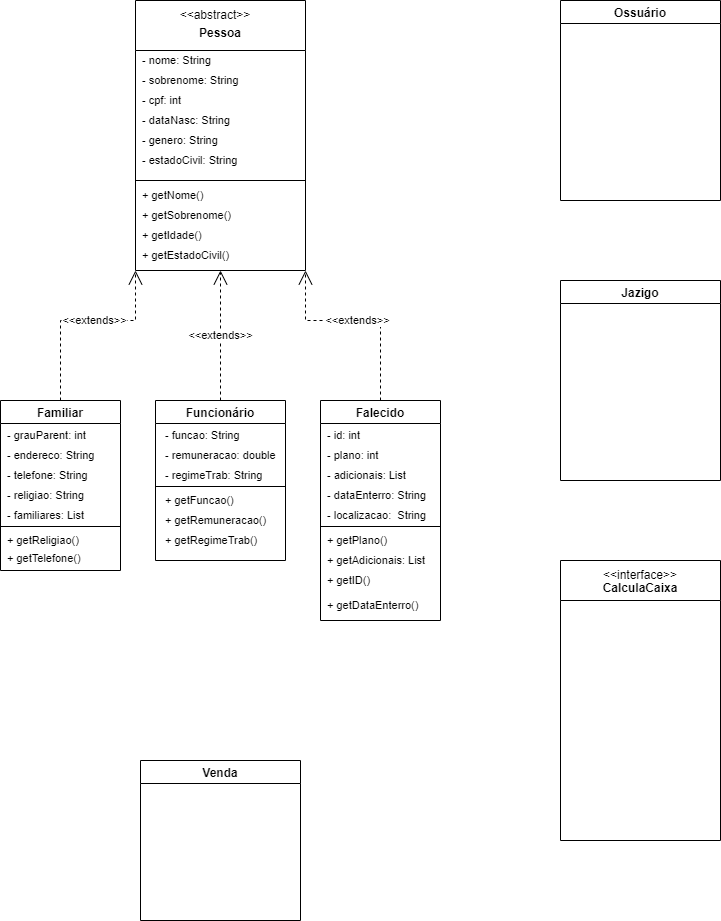
cemiterioPOO/Cemiterio keeps this draw.io diagram as Diagrama_cemiterio.png. Above is the earlier version. Source tidied: cells renumbered, new cells last; positions are measured from the earlier drawing's top-left corner, leaving out a move shared by most shapes.
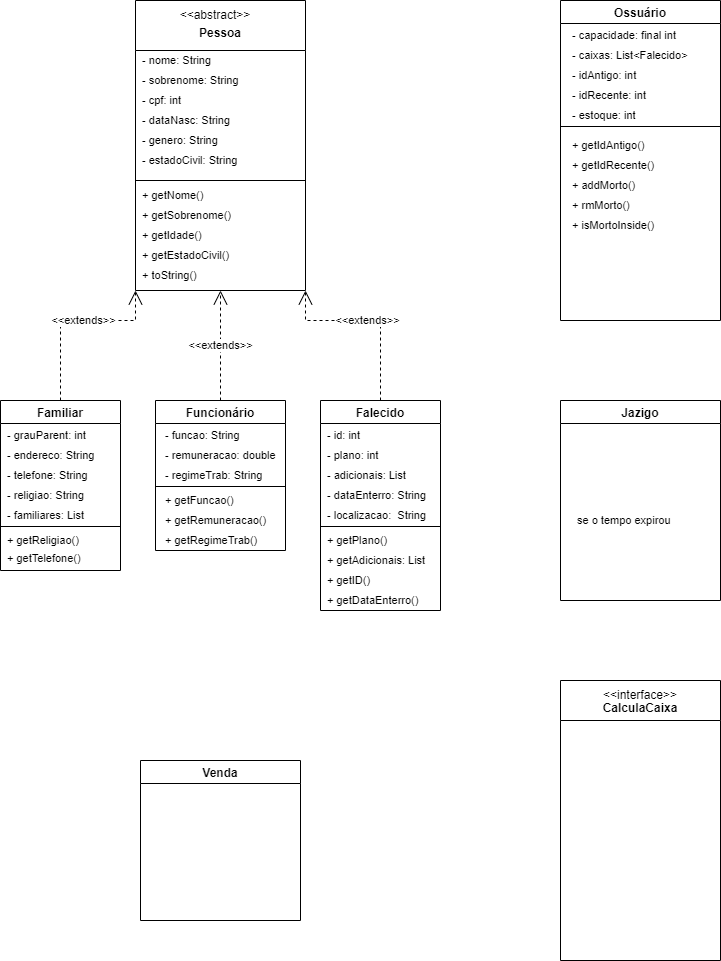
The same file after the commit.

The edit, as a diff of the source:
```diff
@@ -3,7 +3,7 @@
     <mxCell id="0" />
     <mxCell id="1" parent="0" />
     <mxCell id="2" value="&#10;Pessoa" style="swimlane;startSize=50;" parent="1" vertex="1">
-      <mxGeometry x="135" width="170" height="270" as="geometry" />
+      <mxGeometry x="135" width="170" height="290" as="geometry" />
     </mxCell>
     <mxCell id="3" value="&amp;lt;&amp;lt;abstract&amp;gt;&amp;gt;" style="text;html=1;strokeColor=none;fillColor=none;align=center;verticalAlign=middle;whiteSpace=wrap;rounded=0;" parent="2" vertex="1">
       <mxGeometry x="50" width="60" height="30" as="geometry" />
@@ -44,9 +44,15 @@
     <mxCell id="14" value="- cpf: int" style="text;html=1;strokeColor=none;fillColor=none;align=left;verticalAlign=middle;whiteSpace=wrap;rounded=0;fontSize=11;" parent="2" vertex="1">
       <mxGeometry x="5" y="90" width="55" height="20" as="geometry" />
     </mxCell>
+    <mxCell id="51" value="+ toString()" style="text;html=1;strokeColor=none;fillColor=none;align=left;verticalAlign=middle;whiteSpace=wrap;rounded=0;fontSize=11;" parent="2" vertex="1">
+      <mxGeometry x="5" y="260" width="110" height="30" as="geometry" />
+    </mxCell>
     <mxCell id="15" value="Jazigo" style="swimlane;" parent="1" vertex="1">
-      <mxGeometry x="560" y="280" width="160" height="200" as="geometry" />
+      <mxGeometry x="560" y="400" width="160" height="200" as="geometry" />
     </mxCell>
+    <mxCell id="52" value="se o tempo expirou" style="text;html=1;strokeColor=none;fillColor=none;align=left;verticalAlign=middle;whiteSpace=wrap;rounded=0;fontSize=11;" parent="15" vertex="1">
+      <mxGeometry x="15" y="105" width="110" height="30" as="geometry" />
+    </mxCell>
     <mxCell id="16" value="Familiar" style="swimlane;" parent="1" vertex="1">
       <mxGeometry y="400" width="120" height="170" as="geometry" />
     </mxCell>
@@ -75,7 +81,7 @@
       <mxGeometry x="5" y="140" width="90" height="35" as="geometry" />
     </mxCell>
     <mxCell id="25" value="Funcionário" style="swimlane;" parent="1" vertex="1">
-      <mxGeometry x="155" y="400" width="130" height="160" as="geometry" />
+      <mxGeometry x="155" y="400" width="130" height="150" as="geometry" />
     </mxCell>
     <mxCell id="26" value="- funcao: String" style="text;html=1;strokeColor=none;fillColor=none;align=left;verticalAlign=middle;whiteSpace=wrap;rounded=0;fontSize=11;" parent="25" vertex="1">
       <mxGeometry x="7.5" y="20" width="95" height="30" as="geometry" />
@@ -99,7 +105,7 @@
       <mxGeometry x="7.5" y="120" width="112.5" height="40" as="geometry" />
     </mxCell>
     <mxCell id="33" value="Falecido" style="swimlane;" parent="1" vertex="1">
-      <mxGeometry x="320" y="400" width="120" height="220" as="geometry" />
+      <mxGeometry x="320" y="400" width="120" height="210" as="geometry" />
     </mxCell>
     <mxCell id="34" value="- plano: int" style="text;html=1;strokeColor=none;fillColor=none;align=left;verticalAlign=middle;whiteSpace=wrap;rounded=0;fontSize=11;" parent="33" vertex="1">
       <mxGeometry x="5" y="40" width="110" height="30" as="geometry" />
@@ -129,16 +135,49 @@
       <mxGeometry x="5" y="160" width="105" height="40" as="geometry" />
     </mxCell>
     <mxCell id="43" value="+ getDataEnterro()" style="text;html=1;strokeColor=none;fillColor=none;align=left;verticalAlign=middle;whiteSpace=wrap;rounded=0;fontSize=11;" parent="33" vertex="1">
-      <mxGeometry x="5" y="190" width="105" height="30" as="geometry" />
+      <mxGeometry x="5" y="180" width="105" height="40" as="geometry" />
     </mxCell>
     <mxCell id="44" value="Ossuário" style="swimlane;startSize=23;" parent="1" vertex="1">
-      <mxGeometry x="560" width="160" height="200" as="geometry" />
+      <mxGeometry x="560" width="160" height="320" as="geometry" />
     </mxCell>
+    <mxCell id="53" value="- capacidade: final int" style="text;html=1;strokeColor=none;fillColor=none;align=left;verticalAlign=middle;whiteSpace=wrap;rounded=0;fontSize=11;" parent="44" vertex="1">
+      <mxGeometry x="10" y="20" width="120" height="30" as="geometry" />
+    </mxCell>
+    <mxCell id="54" value="- idAntigo: int" style="text;html=1;strokeColor=none;fillColor=none;align=left;verticalAlign=middle;whiteSpace=wrap;rounded=0;fontSize=11;" parent="44" vertex="1">
+      <mxGeometry x="10" y="60" width="110" height="30" as="geometry" />
+    </mxCell>
+    <mxCell id="55" value="- idRecente: int" style="text;html=1;strokeColor=none;fillColor=none;align=left;verticalAlign=middle;whiteSpace=wrap;rounded=0;fontSize=11;" parent="44" vertex="1">
+      <mxGeometry x="10" y="80" width="110" height="30" as="geometry" />
+    </mxCell>
+    <mxCell id="56" value="- caixas: List&amp;lt;Falecido&amp;gt;" style="text;html=1;strokeColor=none;fillColor=none;align=left;verticalAlign=middle;whiteSpace=wrap;rounded=0;fontSize=11;" parent="44" vertex="1">
+      <mxGeometry x="10" y="40" width="130" height="30" as="geometry" />
+    </mxCell>
+    <mxCell id="57" value="- estoque: int" style="text;html=1;strokeColor=none;fillColor=none;align=left;verticalAlign=middle;whiteSpace=wrap;rounded=0;fontSize=11;" parent="44" vertex="1">
+      <mxGeometry x="10" y="100" width="110" height="30" as="geometry" />
+    </mxCell>
+    <mxCell id="58" style="line;strokeWidth=1;fillColor=none;align=left;verticalAlign=middle;spacingTop=-1;spacingLeft=3;spacingRight=3;labelPosition=right;fontSize=11;" parent="44" vertex="1">
+      <mxGeometry y="122" width="160" height="8" as="geometry" />
+    </mxCell>
+    <mxCell id="59" value="+ getIdAntigo()" style="text;html=1;strokeColor=none;fillColor=none;align=left;verticalAlign=middle;whiteSpace=wrap;rounded=0;fontSize=11;" parent="44" vertex="1">
+      <mxGeometry x="10" y="130" width="110" height="30" as="geometry" />
+    </mxCell>
+    <mxCell id="60" value="+ getIdRecente()" style="text;html=1;strokeColor=none;fillColor=none;align=left;verticalAlign=middle;whiteSpace=wrap;rounded=0;fontSize=11;" parent="44" vertex="1">
+      <mxGeometry x="10" y="150" width="110" height="30" as="geometry" />
+    </mxCell>
+    <mxCell id="61" value="+ addMorto()" style="text;html=1;strokeColor=none;fillColor=none;align=left;verticalAlign=middle;whiteSpace=wrap;rounded=0;fontSize=11;" parent="44" vertex="1">
+      <mxGeometry x="10" y="170" width="110" height="30" as="geometry" />
+    </mxCell>
+    <mxCell id="62" value="+ rmMorto()" style="text;html=1;strokeColor=none;fillColor=none;align=left;verticalAlign=middle;whiteSpace=wrap;rounded=0;fontSize=11;" parent="44" vertex="1">
+      <mxGeometry x="10" y="190" width="110" height="30" as="geometry" />
+    </mxCell>
+    <mxCell id="63" value="+ isMortoInside()" style="text;html=1;strokeColor=none;fillColor=none;align=left;verticalAlign=middle;whiteSpace=wrap;rounded=0;fontSize=11;" parent="44" vertex="1">
+      <mxGeometry x="10" y="210" width="110" height="30" as="geometry" />
+    </mxCell>
     <mxCell id="45" value="Venda" style="swimlane;" parent="1" vertex="1">
       <mxGeometry x="140" y="760" width="160" height="160" as="geometry" />
     </mxCell>
     <mxCell id="46" value="&#10;CalculaCaixa" style="swimlane;startSize=40;shadow=0;" parent="1" vertex="1">
-      <mxGeometry x="560" y="560" width="160" height="280" as="geometry" />
+      <mxGeometry x="560" y="680" width="160" height="280" as="geometry" />
     </mxCell>
     <mxCell id="47" value="&amp;lt;&amp;lt;interface&amp;gt;&amp;gt;" style="text;html=1;strokeColor=none;fillColor=none;align=center;verticalAlign=middle;whiteSpace=wrap;rounded=0;shadow=0;" parent="46" vertex="1">
       <mxGeometry x="50" width="60" height="30" as="geometry" />
```
